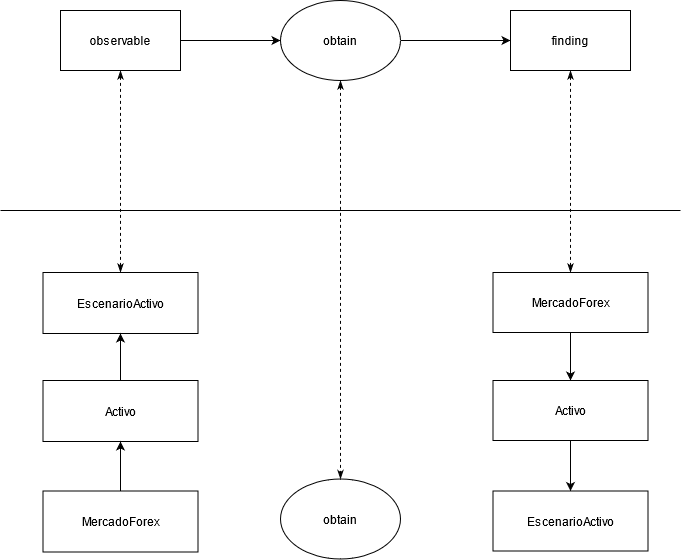
The draw.io diagram practica/imagenes/obtain2.png in weltonvs/DSI, before a commit. Source tidied: cells renumbered, new cells last; positions are measured from the earlier drawing's top-left corner, leaving out a move shared by most shapes. Its diagram source:
```xml
<mxGraphModel>
  <root>
    <mxCell id="0" />
    <mxCell id="1" parent="0" />
    <mxCell id="2" style="edgeStyle=orthogonalEdgeStyle;rounded=0;jettySize=auto;html=1;" parent="1" edge="1" source="4" target="6">
      <mxGeometry relative="1" as="geometry" />
    </mxCell>
    <mxCell id="3" style="edgeStyle=orthogonalEdgeStyle;rounded=0;jettySize=auto;html=1;dashed=1;startArrow=classicThin;startFill=1;endArrow=classicThin;endFill=1;" parent="1" edge="1" source="4" target="9">
      <mxGeometry relative="1" as="geometry" />
    </mxCell>
    <mxCell id="4" value="observable" style="rounded=0;whiteSpace=wrap;html=1;" parent="1" vertex="1">
      <mxGeometry x="60" y="10" width="120" height="60" as="geometry" />
    </mxCell>
    <mxCell id="5" style="edgeStyle=orthogonalEdgeStyle;rounded=0;jettySize=auto;html=1;" parent="1" edge="1" source="6" target="8">
      <mxGeometry relative="1" as="geometry" />
    </mxCell>
    <mxCell id="6" value="obtain" style="ellipse;whiteSpace=wrap;html=1;" parent="1" vertex="1">
      <mxGeometry x="280" width="120" height="80" as="geometry" />
    </mxCell>
    <mxCell id="7" style="edgeStyle=orthogonalEdgeStyle;rounded=0;jettySize=auto;html=1;dashed=1;startArrow=classicThin;startFill=1;endArrow=classicThin;endFill=1;entryX=0.5;entryY=0;entryDx=0;entryDy=0;" parent="1" edge="1" source="8" target="12">
      <mxGeometry relative="1" as="geometry" />
    </mxCell>
    <mxCell id="8" value="finding" style="whiteSpace=wrap;html=1;" parent="1" vertex="1">
      <mxGeometry x="510" y="10" width="120" height="60" as="geometry" />
    </mxCell>
    <mxCell id="9" value="EscenarioActivo" style="rounded=0;whiteSpace=wrap;html=1;" parent="1" vertex="1">
      <mxGeometry x="42.5" y="272" width="155" height="61" as="geometry" />
    </mxCell>
    <mxCell id="10" style="endArrow=none;html=1;strokeWidth=1;jumpSize=6;" parent="1" edge="1">
      <mxGeometry relative="1" as="geometry">
        <mxPoint y="210" as="sourcePoint" />
        <mxPoint x="680" y="210" as="targetPoint" />
      </mxGeometry>
    </mxCell>
    <mxCell id="11" style="edgeStyle=orthogonalEdgeStyle;rounded=0;jettySize=auto;html=1;exitX=0.5;exitY=1;exitDx=0;exitDy=0;entryX=0.5;entryY=0;entryDx=0;entryDy=0;" parent="1" edge="1" source="12" target="14">
      <mxGeometry relative="1" as="geometry" />
    </mxCell>
    <mxCell id="12" value="MercadoForex" style="rounded=0;whiteSpace=wrap;html=1;" parent="1" vertex="1">
      <mxGeometry x="492.5" y="272" width="155" height="60" as="geometry" />
    </mxCell>
    <mxCell id="13" style="edgeStyle=orthogonalEdgeStyle;rounded=0;jettySize=auto;html=1;exitX=0.5;exitY=1;exitDx=0;exitDy=0;entryX=0.5;entryY=0;entryDx=0;entryDy=0;" parent="1" edge="1" source="14" target="15">
      <mxGeometry relative="1" as="geometry" />
    </mxCell>
    <mxCell id="14" value="Activo" style="rounded=0;whiteSpace=wrap;html=1;" parent="1" vertex="1">
      <mxGeometry x="492.5" y="380" width="155" height="60" as="geometry" />
    </mxCell>
    <mxCell id="15" value="EscenarioActivo" style="rounded=0;whiteSpace=wrap;html=1;" parent="1" vertex="1">
      <mxGeometry x="492.5" y="490.5" width="155" height="60" as="geometry" />
    </mxCell>
    <mxCell id="16" style="edgeStyle=orthogonalEdgeStyle;rounded=0;jettySize=auto;html=1;exitX=0.5;exitY=0;exitDx=0;exitDy=0;entryX=0.5;entryY=1;entryDx=0;entryDy=0;" parent="1" edge="1" source="17" target="9">
      <mxGeometry relative="1" as="geometry" />
    </mxCell>
    <mxCell id="17" value="Activo" style="rounded=0;whiteSpace=wrap;html=1;" parent="1" vertex="1">
      <mxGeometry x="42.5" y="380" width="155" height="61" as="geometry" />
    </mxCell>
    <mxCell id="18" style="edgeStyle=orthogonalEdgeStyle;rounded=0;jettySize=auto;html=1;exitX=0.5;exitY=0;exitDx=0;exitDy=0;entryX=0.5;entryY=1;entryDx=0;entryDy=0;" parent="1" edge="1" source="19" target="17">
      <mxGeometry relative="1" as="geometry" />
    </mxCell>
    <mxCell id="19" value="MercadoForex" style="rounded=0;whiteSpace=wrap;html=1;" parent="1" vertex="1">
      <mxGeometry x="42.5" y="490.5" width="155" height="61" as="geometry" />
    </mxCell>
    <mxCell id="20" value="obtain" style="ellipse;whiteSpace=wrap;html=1;" parent="1" vertex="1">
      <mxGeometry x="280" y="478.5" width="120" height="80" as="geometry" />
    </mxCell>
    <mxCell id="21" style="edgeStyle=orthogonalEdgeStyle;rounded=0;jettySize=auto;html=1;dashed=1;startArrow=classicThin;startFill=1;endArrow=classicThin;endFill=1;" parent="1" edge="1" target="20">
      <mxGeometry relative="1" as="geometry">
        <mxPoint x="340" y="80" as="sourcePoint" />
      </mxGeometry>
    </mxCell>
  </root>
</mxGraphModel>
```
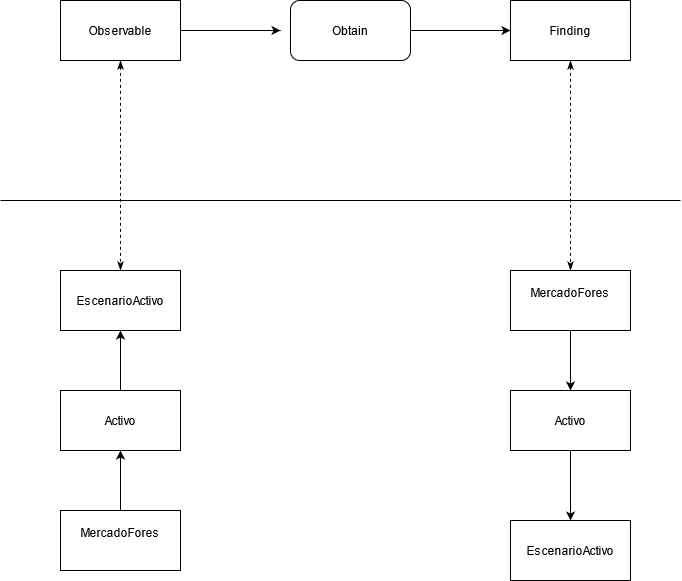
The same diagram one commit later.

Commit message:
Especificación y métodos.....

The edit, as a diff of the source:
```diff
@@ -2,29 +2,32 @@
   <root>
     <mxCell id="0" />
     <mxCell id="1" parent="0" />
-    <mxCell id="2" style="edgeStyle=orthogonalEdgeStyle;rounded=0;jettySize=auto;html=1;" parent="1" edge="1" source="4" target="6">
-      <mxGeometry relative="1" as="geometry" />
+    <mxCell id="2" style="edgeStyle=orthogonalEdgeStyle;rounded=0;jettySize=auto;html=1;" parent="1" edge="1" source="4">
+      <mxGeometry relative="1" as="geometry">
+        <mxPoint x="280" y="40" as="targetPoint" />
+      </mxGeometry>
     </mxCell>
     <mxCell id="3" style="edgeStyle=orthogonalEdgeStyle;rounded=0;jettySize=auto;html=1;dashed=1;startArrow=classicThin;startFill=1;endArrow=classicThin;endFill=1;" parent="1" edge="1" source="4" target="9">
       <mxGeometry relative="1" as="geometry" />
     </mxCell>
-    <mxCell id="4" value="observable" style="rounded=0;whiteSpace=wrap;html=1;" parent="1" vertex="1">
+    <mxCell id="4" value="Observable" style="rounded=0;whiteSpace=wrap;html=1;" parent="1" vertex="1">
       <mxGeometry x="60" y="10" width="120" height="60" as="geometry" />
     </mxCell>
-    <mxCell id="5" style="edgeStyle=orthogonalEdgeStyle;rounded=0;jettySize=auto;html=1;" parent="1" edge="1" source="6" target="8">
-      <mxGeometry relative="1" as="geometry" />
+    <mxCell id="5" style="edgeStyle=orthogonalEdgeStyle;rounded=0;jettySize=auto;html=1;" parent="1" edge="1" target="8">
+      <mxGeometry relative="1" as="geometry">
+        <mxPoint x="400" y="40" as="sourcePoint" />
+      </mxGeometry>
     </mxCell>
-    <mxCell id="6" value="obtain" style="ellipse;whiteSpace=wrap;html=1;" parent="1" vertex="1">
-      <mxGeometry x="280" width="120" height="80" as="geometry" />
-    </mxCell>
-    <mxCell id="7" style="edgeStyle=orthogonalEdgeStyle;rounded=0;jettySize=auto;html=1;dashed=1;startArrow=classicThin;startFill=1;endArrow=classicThin;endFill=1;entryX=0.5;entryY=0;entryDx=0;entryDy=0;" parent="1" edge="1" source="8" target="12">
-      <mxGeometry relative="1" as="geometry" />
+    <mxCell id="7" style="edgeStyle=orthogonalEdgeStyle;rounded=0;jettySize=auto;html=1;dashed=1;startArrow=classicThin;startFill=1;endArrow=classicThin;endFill=1;" parent="1" edge="1" source="8">
+      <mxGeometry relative="1" as="geometry">
+        <mxPoint x="570" y="280" as="targetPoint" />
+      </mxGeometry>
     </mxCell>
-    <mxCell id="8" value="finding" style="whiteSpace=wrap;html=1;" parent="1" vertex="1">
+    <mxCell id="8" value="Finding" style="whiteSpace=wrap;html=1;" parent="1" vertex="1">
       <mxGeometry x="510" y="10" width="120" height="60" as="geometry" />
     </mxCell>
     <mxCell id="9" value="EscenarioActivo" style="rounded=0;whiteSpace=wrap;html=1;" parent="1" vertex="1">
-      <mxGeometry x="42.5" y="272" width="155" height="61" as="geometry" />
+      <mxGeometry x="60" y="280" width="120" height="60" as="geometry" />
     </mxCell>
     <mxCell id="10" style="endArrow=none;html=1;strokeWidth=1;jumpSize=6;" parent="1" edge="1">
       <mxGeometry relative="1" as="geometry">
@@ -32,40 +35,35 @@
         <mxPoint x="680" y="210" as="targetPoint" />
       </mxGeometry>
     </mxCell>
-    <mxCell id="11" style="edgeStyle=orthogonalEdgeStyle;rounded=0;jettySize=auto;html=1;exitX=0.5;exitY=1;exitDx=0;exitDy=0;entryX=0.5;entryY=0;entryDx=0;entryDy=0;" parent="1" edge="1" source="12" target="14">
-      <mxGeometry relative="1" as="geometry" />
-    </mxCell>
-    <mxCell id="12" value="MercadoForex" style="rounded=0;whiteSpace=wrap;html=1;" parent="1" vertex="1">
-      <mxGeometry x="492.5" y="272" width="155" height="60" as="geometry" />
-    </mxCell>
-    <mxCell id="13" style="edgeStyle=orthogonalEdgeStyle;rounded=0;jettySize=auto;html=1;exitX=0.5;exitY=1;exitDx=0;exitDy=0;entryX=0.5;entryY=0;entryDx=0;entryDy=0;" parent="1" edge="1" source="14" target="15">
-      <mxGeometry relative="1" as="geometry" />
-    </mxCell>
-    <mxCell id="14" value="Activo" style="rounded=0;whiteSpace=wrap;html=1;" parent="1" vertex="1">
-      <mxGeometry x="492.5" y="380" width="155" height="60" as="geometry" />
-    </mxCell>
+    <mxCell id="22" value="Obtain" style="rounded=1;whiteSpace=wrap;html=1;" parent="1" vertex="1">
+      <mxGeometry x="290" y="10" width="120" height="60" as="geometry" />
+    </mxCell>
+    <mxCell id="23" style="edgeStyle=orthogonalEdgeStyle;rounded=0;jettySize=auto;html=1;exitX=0.5;exitY=0;exitDx=0;exitDy=0;" parent="1" edge="1" source="24" target="9">
+      <mxGeometry relative="1" as="geometry" />
+    </mxCell>
+    <mxCell id="24" value="Activo" style="rounded=0;whiteSpace=wrap;html=1;" parent="1" vertex="1">
+      <mxGeometry x="60" y="400" width="120" height="60" as="geometry" />
+    </mxCell>
+    <mxCell id="25" style="edgeStyle=orthogonalEdgeStyle;rounded=0;jettySize=auto;html=1;" parent="1" edge="1" source="26" target="24">
+      <mxGeometry relative="1" as="geometry" />
+    </mxCell>
+    <mxCell id="26" value="&lt;div&gt;MercadoFores&lt;/div&gt;&lt;div&gt;&lt;br&gt;&lt;/div&gt;" style="rounded=0;whiteSpace=wrap;html=1;" parent="1" vertex="1">
+      <mxGeometry x="60" y="520" width="120" height="60" as="geometry" />
+    </mxCell>
     <mxCell id="15" value="EscenarioActivo" style="rounded=0;whiteSpace=wrap;html=1;" parent="1" vertex="1">
-      <mxGeometry x="492.5" y="490.5" width="155" height="60" as="geometry" />
+      <mxGeometry x="510" y="530" width="120" height="60" as="geometry" />
     </mxCell>
-    <mxCell id="16" style="edgeStyle=orthogonalEdgeStyle;rounded=0;jettySize=auto;html=1;exitX=0.5;exitY=0;exitDx=0;exitDy=0;entryX=0.5;entryY=1;entryDx=0;entryDy=0;" parent="1" edge="1" source="17" target="9">
-      <mxGeometry relative="1" as="geometry" />
-    </mxCell>
-    <mxCell id="17" value="Activo" style="rounded=0;whiteSpace=wrap;html=1;" parent="1" vertex="1">
-      <mxGeometry x="42.5" y="380" width="155" height="61" as="geometry" />
-    </mxCell>
-    <mxCell id="18" style="edgeStyle=orthogonalEdgeStyle;rounded=0;jettySize=auto;html=1;exitX=0.5;exitY=0;exitDx=0;exitDy=0;entryX=0.5;entryY=1;entryDx=0;entryDy=0;" parent="1" edge="1" source="19" target="17">
-      <mxGeometry relative="1" as="geometry" />
-    </mxCell>
-    <mxCell id="19" value="MercadoForex" style="rounded=0;whiteSpace=wrap;html=1;" parent="1" vertex="1">
-      <mxGeometry x="42.5" y="490.5" width="155" height="61" as="geometry" />
-    </mxCell>
-    <mxCell id="20" value="obtain" style="ellipse;whiteSpace=wrap;html=1;" parent="1" vertex="1">
-      <mxGeometry x="280" y="478.5" width="120" height="80" as="geometry" />
-    </mxCell>
-    <mxCell id="21" style="edgeStyle=orthogonalEdgeStyle;rounded=0;jettySize=auto;html=1;dashed=1;startArrow=classicThin;startFill=1;endArrow=classicThin;endFill=1;" parent="1" edge="1" target="20">
-      <mxGeometry relative="1" as="geometry">
-        <mxPoint x="340" y="80" as="sourcePoint" />
-      </mxGeometry>
-    </mxCell>
+    <mxCell id="27" style="edgeStyle=orthogonalEdgeStyle;rounded=0;jettySize=auto;html=1;exitX=0.5;exitY=1;exitDx=0;exitDy=0;" parent="1" edge="1" source="28" target="15">
+      <mxGeometry relative="1" as="geometry" />
+    </mxCell>
+    <mxCell id="28" value="Activo" style="rounded=0;whiteSpace=wrap;html=1;" parent="1" vertex="1">
+      <mxGeometry x="510" y="400" width="120" height="60" as="geometry" />
+    </mxCell>
+    <mxCell id="29" style="edgeStyle=orthogonalEdgeStyle;rounded=0;jettySize=auto;html=1;exitX=0.5;exitY=1;exitDx=0;exitDy=0;" parent="1" edge="1" source="30" target="28">
+      <mxGeometry relative="1" as="geometry" />
+    </mxCell>
+    <mxCell id="30" value="&lt;div&gt;MercadoFores&lt;/div&gt;&lt;div&gt;&lt;br&gt;&lt;/div&gt;" style="rounded=0;whiteSpace=wrap;html=1;" parent="1" vertex="1">
+      <mxGeometry x="510" y="280" width="120" height="60" as="geometry" />
+    </mxCell>
   </root>
 </mxGraphModel>
```
